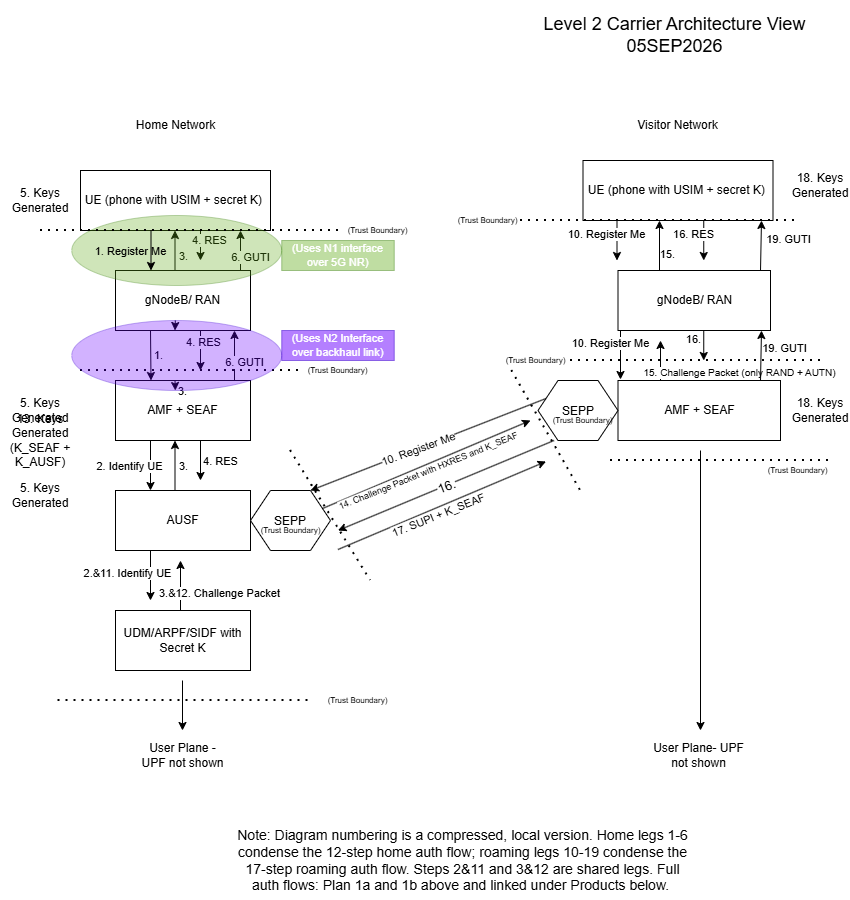
This is Missions/Mission 01/M1 Execution Docs/Phase 1/Segment 1.2/Level 2 Diagram.png from Sully-code/Security_Plus_Systems_Project, a draw.io export, as it was before one commit. Source tidied: cells renumbered, new cells last; positions are measured from the earlier drawing's top-left corner, leaving out a move shared by most shapes.
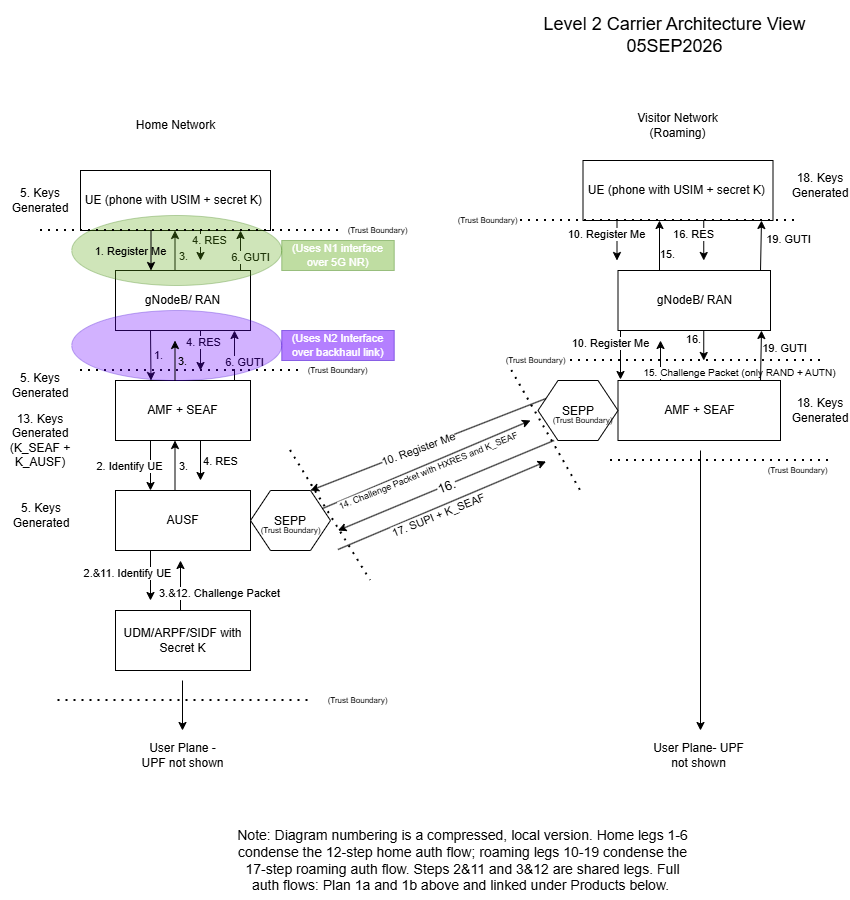
The same diagram one commit later.

Commit message:
Level 2 Diagram Formatting Fixes

Change to the diagram source:
```diff
@@ -2,12 +2,12 @@
   <root>
     <mxCell id="0" />
     <mxCell id="1" parent="0" />
+    <mxCell id="3" value="gNodeB/ RAN" style="rounded=0;whiteSpace=wrap;html=1;" parent="1" vertex="1">
+      <mxGeometry x="115" y="270" width="135" height="60" as="geometry" />
+    </mxCell>
     <mxCell id="2" value="UE (phone with USIM + secret K)&amp;nbsp;" style="rounded=0;whiteSpace=wrap;html=1;" parent="1" vertex="1">
       <mxGeometry x="80" y="170" width="190" height="60" as="geometry" />
     </mxCell>
-    <mxCell id="3" value="gNodeB/ RAN" style="rounded=0;whiteSpace=wrap;html=1;" parent="1" vertex="1">
-      <mxGeometry x="115" y="270" width="135" height="60" as="geometry" />
-    </mxCell>
     <mxCell id="4" value="AMF + SEAF" style="rounded=0;whiteSpace=wrap;html=1;" parent="1" vertex="1">
       <mxGeometry x="115" y="380" width="135" height="60" as="geometry" />
     </mxCell>
@@ -20,7 +20,7 @@
     <mxCell id="7" value="Home Network" style="text;html=1;whiteSpace=wrap;strokeColor=none;fillColor=none;align=center;verticalAlign=middle;rounded=0;" parent="1" vertex="1">
       <mxGeometry x="127.5" y="110" width="95" height="30" as="geometry" />
     </mxCell>
-    <mxCell id="8" value="Visitor Network" style="text;html=1;whiteSpace=wrap;strokeColor=none;fillColor=none;align=center;verticalAlign=middle;rounded=0;" parent="1" vertex="1">
+    <mxCell id="8" value="Visitor Network (Roaming)" style="text;html=1;whiteSpace=wrap;strokeColor=none;fillColor=none;align=center;verticalAlign=middle;rounded=0;" parent="1" vertex="1">
       <mxGeometry x="630" y="110" width="95" height="30" as="geometry" />
     </mxCell>
     <mxCell id="9" value="UE (phone with USIM + secret K)&amp;nbsp;" style="rounded=0;whiteSpace=wrap;html=1;" parent="1" vertex="1">
@@ -93,11 +93,6 @@
         <mxPoint x="8" as="offset" />
       </mxGeometry>
     </mxCell>
-    <mxCell id="24" style="endArrow=classic;html=1;rounded=0;" parent="1" edge="1" source="82">
-      <mxGeometry relative="1" as="geometry">
-        <mxPoint x="174.5" y="330" as="targetPoint" />
-      </mxGeometry>
-    </mxCell>
     <mxCell id="25" style="endArrow=classic;html=1;rounded=0;" parent="1" edge="1">
       <mxGeometry relative="1" as="geometry">
         <mxPoint x="174.5" y="270" as="sourcePoint" />
@@ -143,10 +138,10 @@
       </mxGeometry>
     </mxCell>
     <mxCell id="33" value="5. Keys Generated" style="text;html=1;whiteSpace=wrap;strokeColor=none;fillColor=none;align=center;verticalAlign=middle;rounded=0;" parent="1" vertex="1">
-      <mxGeometry x="10" y="480" width="60" height="30" as="geometry" />
+      <mxGeometry x="11.2" y="500" width="60" height="30" as="geometry" />
     </mxCell>
     <mxCell id="34" value="5. Keys Generated" style="text;html=1;whiteSpace=wrap;strokeColor=none;fillColor=none;align=center;verticalAlign=middle;rounded=0;" parent="1" vertex="1">
-      <mxGeometry x="10" y="395" width="60" height="30" as="geometry" />
+      <mxGeometry x="10" y="370" width="60" height="30" as="geometry" />
     </mxCell>
     <mxCell id="35" value="5. Keys Generated" style="text;html=1;whiteSpace=wrap;strokeColor=none;fillColor=none;align=center;verticalAlign=middle;rounded=0;" parent="1" vertex="1">
       <mxGeometry x="10" y="185" width="60" height="30" as="geometry" />
@@ -364,22 +359,23 @@
         <mxPoint x="-21" as="offset" />
       </mxGeometry>
     </mxCell>
+    <mxCell id="82" style="ellipse;whiteSpace=wrap;html=1;shapeInside=1;labelBackgroundColor=none;textOpacity=5;labelBorderColor=none;fillColor=#6a00ff;fontColor=#ffffff;strokeColor=#3700CC;opacity=30;" parent="1" vertex="1">
+      <mxGeometry x="71.2" y="310" width="210" height="70" as="geometry" />
+    </mxCell>
     <mxCell id="79" value="(Uses N1 interface over 5G NR)" style="text;html=1;whiteSpace=wrap;strokeColor=#2D7600;fillColor=#60a917;align=center;verticalAlign=middle;rounded=0;fontSize=11;fontColor=light-dark(#FFFFFF,#FFFFFF);opacity=40;" parent="1" vertex="1">
       <mxGeometry x="281.2" y="240" width="112.5" height="30" as="geometry" />
     </mxCell>
-    <mxCell id="80" style="endArrow=classic;html=1;rounded=0;" parent="1" edge="1" target="82">
+    <mxCell id="80" style="endArrow=classic;html=1;rounded=0;" parent="1" edge="1">
       <mxGeometry relative="1" as="geometry">
         <mxPoint x="174.5" y="380" as="sourcePoint" />
+        <mxPoint x="174.5" y="340" as="targetPoint" />
       </mxGeometry>
     </mxCell>
-    <mxCell id="81" value="3." style="edgeLabel;html=1;align=center;verticalAlign=middle;" parent="80" vertex="1">
+    <mxCell id="81" value="3." style="edgeLabel;html=1;align=center;verticalAlign=middle;labelBackgroundColor=none;" parent="80" vertex="1">
       <mxGeometry relative="1" as="geometry">
-        <mxPoint x="7" y="6" as="offset" />
+        <mxPoint x="7" as="offset" />
       </mxGeometry>
     </mxCell>
-    <mxCell id="82" style="ellipse;whiteSpace=wrap;html=1;shapeInside=1;labelBackgroundColor=none;textOpacity=5;labelBorderColor=none;fillColor=#6a00ff;fontColor=#ffffff;strokeColor=#3700CC;opacity=30;" parent="1" vertex="1">
-      <mxGeometry x="71.2" y="320" width="210" height="70" as="geometry" />
-    </mxCell>
     <mxCell id="83" value="(Uses N2 Interface over backhaul link)" style="text;html=1;whiteSpace=wrap;strokeColor=#3700CC;fillColor=#6a00ff;align=center;verticalAlign=middle;rounded=0;fontColor=light-dark(#FFFFFF,#FFFFFF);opacity=50;fontSize=11;" parent="1" vertex="1">
       <mxGeometry x="281.2" y="330" width="112.5" height="30" as="geometry" />
     </mxCell>
```
